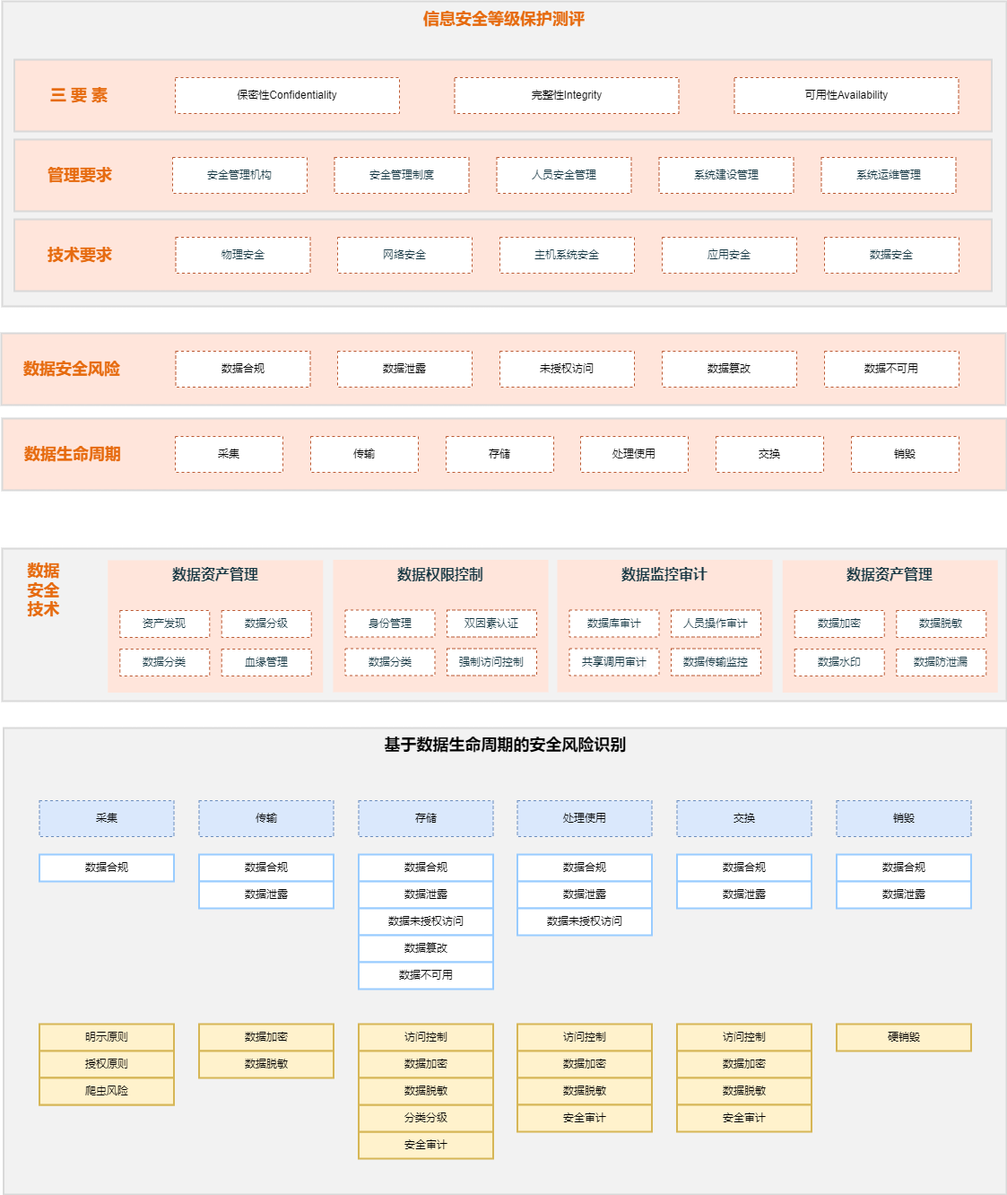
Earlier version of the draw.io export 数据安全.drawio.png (xingzhihe/hello-world). Source tidied: cells renumbered, new cells last; positions are measured from the earlier drawing's top-left corner, leaving out a move shared by most shapes.
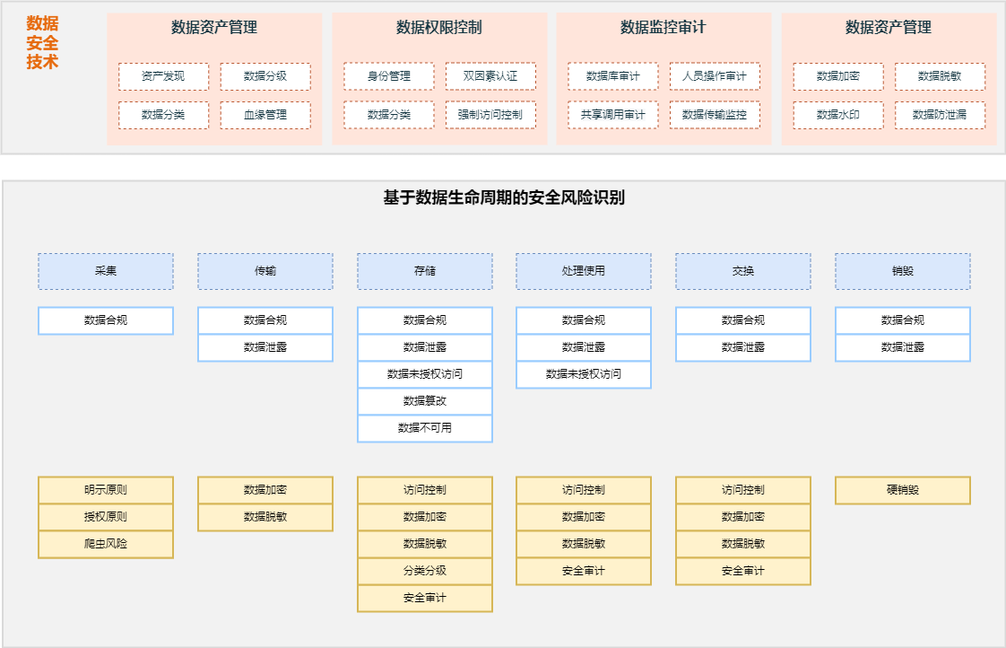
The same diagram one commit later.

Commit message:
已添加 数据安全.drawio.png

Change to the diagram source:
```diff
@@ -5,39 +5,6 @@
     <mxCell id="2" value="&lt;span&gt;基于数据生命周期的安全风险识别&lt;/span&gt;" style="whiteSpace=wrap;html=1;fontSize=18;fontStyle=1;strokeWidth=2;fillColor=#F2F2F2;strokeColor=#D9D9D9;verticalAlign=top;spacingTop=2;" parent="1" vertex="1">
       <mxGeometry x="2.5" y="810" width="1118.5" height="520" as="geometry" />
     </mxCell>
-    <mxCell id="3" style="whiteSpace=wrap;html=1;fillColor=#FFE5DB;strokeColor=#D9D9D9;fontSize=18;fontStyle=1;fontColor=#143642;strokeWidth=2;" parent="1" vertex="1">
-      <mxGeometry x="1" y="465" width="1120" height="80" as="geometry" />
-    </mxCell>
-    <mxCell id="4" style="whiteSpace=wrap;html=1;fontSize=18;fontStyle=1;strokeWidth=2;fillColor=#F2F2F2;strokeColor=#D9D9D9;" parent="1" vertex="1">
-      <mxGeometry x="1" width="1120" height="340" as="geometry" />
-    </mxCell>
-    <mxCell id="5" value="信息安全等级保护测评" style="whiteSpace=wrap;html=1;fillColor=none;strokeColor=none;fontStyle=1;fontSize=18;fontColor=#E66B0F;" parent="1" vertex="1">
-      <mxGeometry x="442" width="238" height="40" as="geometry" />
-    </mxCell>
-    <mxCell id="6" style="whiteSpace=wrap;html=1;fillColor=#FFE5DB;strokeColor=#D9D9D9;fontSize=18;fontStyle=1;fontColor=#143642;strokeWidth=2;" parent="1" vertex="1">
-      <mxGeometry x="14.5" y="243" width="1090" height="80" as="geometry" />
-    </mxCell>
-    <mxCell id="7" value="技术要求" style="whiteSpace=wrap;html=1;fillColor=none;strokeColor=none;fontSize=18;fontStyle=1;fontColor=#E66B0F;" parent="1" vertex="1">
-      <mxGeometry x="27.5" y="263" width="120" height="40" as="geometry" />
-    </mxCell>
-    <mxCell id="8" value="&lt;span style=&quot;color: rgb(20 , 54 , 66)&quot;&gt;物理安全&lt;/span&gt;" style="whiteSpace=wrap;html=1;strokeColor=#BB5933;dashed=1;" parent="1" vertex="1">
-      <mxGeometry x="194.5" y="263" width="150" height="40" as="geometry" />
-    </mxCell>
-    <mxCell id="9" value="&lt;span style=&quot;color: rgb(20 , 54 , 66)&quot;&gt;网络安全&lt;/span&gt;" style="whiteSpace=wrap;html=1;strokeColor=#BB5933;dashed=1;" parent="1" vertex="1">
-      <mxGeometry x="375" y="263" width="150" height="40" as="geometry" />
-    </mxCell>
-    <mxCell id="10" value="&lt;span style=&quot;color: rgb(20 , 54 , 66)&quot;&gt;主机系统安全&lt;/span&gt;" style="whiteSpace=wrap;html=1;strokeColor=#BB5933;dashed=1;" parent="1" vertex="1">
-      <mxGeometry x="556" y="263" width="150" height="40" as="geometry" />
-    </mxCell>
-    <mxCell id="11" value="&lt;span style=&quot;color: rgb(20 , 54 , 66)&quot;&gt;应用安全&lt;/span&gt;" style="whiteSpace=wrap;html=1;strokeColor=#BB5933;dashed=1;" parent="1" vertex="1">
-      <mxGeometry x="737" y="263" width="150" height="40" as="geometry" />
-    </mxCell>
-    <mxCell id="12" value="&lt;span style=&quot;color: rgb(20 , 54 , 66)&quot;&gt;数据安全&lt;/span&gt;" style="whiteSpace=wrap;html=1;strokeColor=#BB5933;dashed=1;" parent="1" vertex="1">
-      <mxGeometry x="918" y="263" width="150" height="40" as="geometry" />
-    </mxCell>
-    <mxCell id="13" value="数据生命周期" style="whiteSpace=wrap;html=1;fillColor=none;strokeColor=none;fontSize=18;fontStyle=1;fontColor=#E66B0F;" parent="1" vertex="1">
-      <mxGeometry x="20" y="485" width="120" height="40" as="geometry" />
-    </mxCell>
     <mxCell id="14" value="采集" style="whiteSpace=wrap;html=1;strokeColor=#6c8ebf;dashed=1;fillColor=#dae8fc;" parent="1" vertex="1">
       <mxGeometry x="42.5" y="891" width="150" height="40" as="geometry" />
     </mxCell>
@@ -56,63 +23,9 @@
     <mxCell id="19" value="销毁" style="whiteSpace=wrap;html=1;strokeColor=#6c8ebf;dashed=1;fillColor=#dae8fc;" parent="1" vertex="1">
       <mxGeometry x="931.5" y="891" width="150" height="40" as="geometry" />
     </mxCell>
-    <mxCell id="20" style="whiteSpace=wrap;html=1;fillColor=#FFE5DB;strokeColor=#D9D9D9;fontSize=18;fontStyle=1;fontColor=#143642;strokeWidth=2;" parent="1" vertex="1">
-      <mxGeometry x="14.5" y="154" width="1090" height="80" as="geometry" />
-    </mxCell>
-    <mxCell id="21" value="管理要求" style="whiteSpace=wrap;html=1;fillColor=none;strokeColor=none;fontSize=18;fontStyle=1;fontColor=#E66B0F;" parent="1" vertex="1">
-      <mxGeometry x="27.5" y="174" width="120" height="40" as="geometry" />
-    </mxCell>
-    <mxCell id="22" value="&lt;span style=&quot;color: rgb(20 , 54 , 66)&quot;&gt;安全管理机构&lt;/span&gt;" style="whiteSpace=wrap;html=1;strokeColor=#BB5933;dashed=1;" parent="1" vertex="1">
-      <mxGeometry x="191" y="174" width="150" height="40" as="geometry" />
-    </mxCell>
-    <mxCell id="23" value="&lt;span style=&quot;color: rgb(20 , 54 , 66)&quot;&gt;安全管理制度&lt;/span&gt;" style="whiteSpace=wrap;html=1;strokeColor=#BB5933;dashed=1;" parent="1" vertex="1">
-      <mxGeometry x="371.5" y="174" width="150" height="40" as="geometry" />
-    </mxCell>
-    <mxCell id="24" value="&lt;span style=&quot;color: rgb(20 , 54 , 66)&quot;&gt;人员安全管理&lt;/span&gt;" style="whiteSpace=wrap;html=1;strokeColor=#BB5933;dashed=1;" parent="1" vertex="1">
-      <mxGeometry x="552.5" y="174" width="150" height="40" as="geometry" />
-    </mxCell>
-    <mxCell id="25" value="&lt;span style=&quot;color: rgb(20 , 54 , 66)&quot;&gt;系统建设管理&lt;/span&gt;" style="whiteSpace=wrap;html=1;strokeColor=#BB5933;dashed=1;" parent="1" vertex="1">
-      <mxGeometry x="733.5" y="174" width="150" height="40" as="geometry" />
-    </mxCell>
-    <mxCell id="26" value="&lt;span style=&quot;color: rgb(20 , 54 , 66)&quot;&gt;系统运维管理&lt;/span&gt;" style="whiteSpace=wrap;html=1;strokeColor=#BB5933;dashed=1;" parent="1" vertex="1">
-      <mxGeometry x="914.5" y="174" width="150" height="40" as="geometry" />
-    </mxCell>
-    <mxCell id="27" style="whiteSpace=wrap;html=1;fillColor=#FFE5DB;strokeColor=#D9D9D9;fontSize=18;fontStyle=1;fontColor=#143642;strokeWidth=2;" parent="1" vertex="1">
-      <mxGeometry x="14.5" y="65" width="1090" height="80" as="geometry" />
-    </mxCell>
-    <mxCell id="28" value="三 要 素" style="whiteSpace=wrap;html=1;fillColor=none;strokeColor=none;fontSize=18;fontStyle=1;fontColor=#E66B0F;" parent="1" vertex="1">
-      <mxGeometry x="27" y="85" width="120" height="40" as="geometry" />
-    </mxCell>
-    <mxCell id="29" value="保密性Confidentiality" style="whiteSpace=wrap;html=1;strokeColor=#BB5933;dashed=1;" parent="1" vertex="1">
-      <mxGeometry x="194" y="85" width="250" height="40" as="geometry" />
-    </mxCell>
-    <mxCell id="30" value="完整性Integrity" style="whiteSpace=wrap;html=1;strokeColor=#BB5933;dashed=1;" parent="1" vertex="1">
-      <mxGeometry x="505.5" y="85" width="250" height="40" as="geometry" />
-    </mxCell>
-    <mxCell id="31" value="可用性Availability" style="whiteSpace=wrap;html=1;strokeColor=#BB5933;dashed=1;" parent="1" vertex="1">
-      <mxGeometry x="817.5" y="85" width="250" height="40" as="geometry" />
-    </mxCell>
-    <mxCell id="32" style="whiteSpace=wrap;html=1;fillColor=#FFE5DB;strokeColor=#D9D9D9;fontSize=18;fontStyle=1;fontColor=#143642;strokeWidth=2;" parent="1" vertex="1">
-      <mxGeometry y="370" width="1120" height="80" as="geometry" />
-    </mxCell>
-    <mxCell id="33" value="数据安全风险" style="whiteSpace=wrap;html=1;fillColor=none;strokeColor=none;fontSize=18;fontStyle=1;fontColor=#E66B0F;" parent="1" vertex="1">
-      <mxGeometry x="19" y="390" width="120" height="40" as="geometry" />
-    </mxCell>
     <mxCell id="34" value="数据合规" style="whiteSpace=wrap;html=1;strokeColor=#99CCFF;strokeWidth=2;" parent="1" vertex="1">
       <mxGeometry x="42.5" y="951" width="150" height="30" as="geometry" />
     </mxCell>
-    <mxCell id="35" value="数据泄露" style="whiteSpace=wrap;html=1;strokeColor=#BB5933;dashed=1;" parent="1" vertex="1">
-      <mxGeometry x="375" y="390" width="150" height="40" as="geometry" />
-    </mxCell>
-    <mxCell id="36" value="未授权访问" style="whiteSpace=wrap;html=1;strokeColor=#BB5933;dashed=1;" parent="1" vertex="1">
-      <mxGeometry x="556" y="390" width="150" height="40" as="geometry" />
-    </mxCell>
-    <mxCell id="37" value="数据篡改" style="whiteSpace=wrap;html=1;strokeColor=#BB5933;dashed=1;" parent="1" vertex="1">
-      <mxGeometry x="737" y="390" width="150" height="40" as="geometry" />
-    </mxCell>
-    <mxCell id="38" value="数据不可用" style="whiteSpace=wrap;html=1;strokeColor=#BB5933;dashed=1;" parent="1" vertex="1">
-      <mxGeometry x="918" y="390" width="150" height="40" as="geometry" />
-    </mxCell>
     <mxCell id="39" style="whiteSpace=wrap;html=1;fontSize=18;fontStyle=1;strokeWidth=2;fillColor=#F2F2F2;strokeColor=#D9D9D9;" parent="1" vertex="1">
       <mxGeometry x="1" y="610" width="1120" height="170" as="geometry" />
     </mxCell>
@@ -323,26 +236,5 @@
     <mxCell id="108" value="数据泄露" style="whiteSpace=wrap;html=1;strokeColor=#99CCFF;strokeWidth=2;" parent="106" vertex="1">
       <mxGeometry y="30" width="150" height="30" as="geometry" />
     </mxCell>
-    <mxCell id="109" value="数据合规" style="whiteSpace=wrap;html=1;strokeColor=#BB5933;dashed=1;" parent="1" vertex="1">
-      <mxGeometry x="194.5" y="390" width="150" height="40" as="geometry" />
-    </mxCell>
-    <mxCell id="110" value="采集" style="whiteSpace=wrap;html=1;strokeColor=#BB5933;dashed=1;" parent="1" vertex="1">
-      <mxGeometry x="194" y="485" width="120" height="40" as="geometry" />
-    </mxCell>
-    <mxCell id="111" value="传输" style="whiteSpace=wrap;html=1;strokeColor=#BB5933;dashed=1;" parent="1" vertex="1">
-      <mxGeometry x="345" y="485" width="120" height="40" as="geometry" />
-    </mxCell>
-    <mxCell id="112" value="存储" style="whiteSpace=wrap;html=1;strokeColor=#BB5933;dashed=1;" parent="1" vertex="1">
-      <mxGeometry x="496" y="485" width="120" height="40" as="geometry" />
-    </mxCell>
-    <mxCell id="113" value="处理使用" style="whiteSpace=wrap;html=1;strokeColor=#BB5933;dashed=1;" parent="1" vertex="1">
-      <mxGeometry x="646" y="485" width="120" height="40" as="geometry" />
-    </mxCell>
-    <mxCell id="114" value="交换" style="whiteSpace=wrap;html=1;strokeColor=#BB5933;dashed=1;" parent="1" vertex="1">
-      <mxGeometry x="797" y="485" width="120" height="40" as="geometry" />
-    </mxCell>
-    <mxCell id="115" value="销毁" style="whiteSpace=wrap;html=1;strokeColor=#BB5933;dashed=1;" parent="1" vertex="1">
-      <mxGeometry x="948" y="485" width="120" height="40" as="geometry" />
-    </mxCell>
   </root>
 </mxGraphModel>
```
